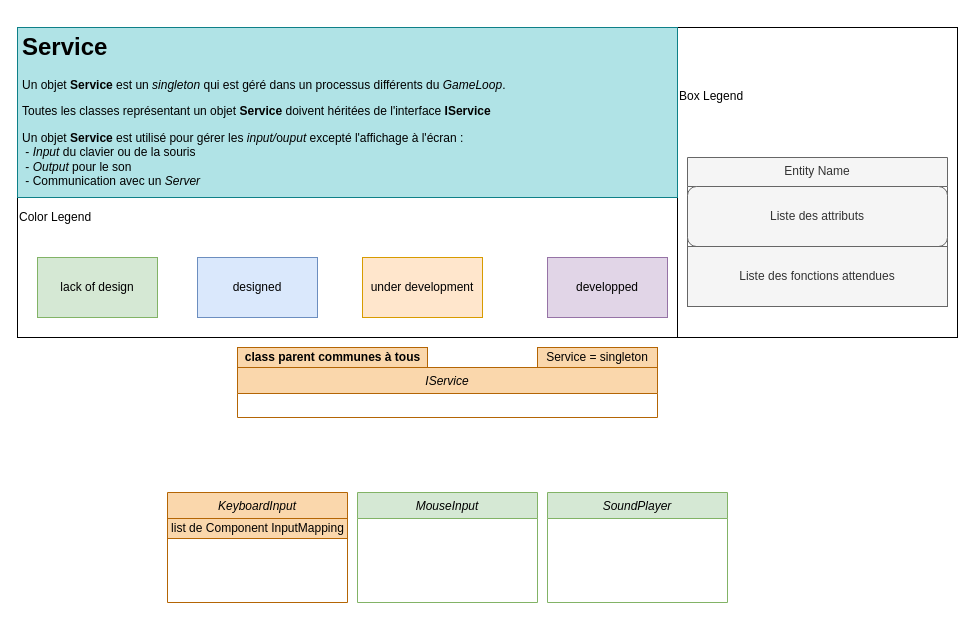
This is page "Service" (4 of 5) of doc/UMLGeneralFramework.drawio from Kragoum/BomberKnight, a draw.io file, before an edit. Source tidied: cells renumbered, new cells numbered last; positions are measured from the earlier drawing's top-left corner, leaving out a move shared by most shapes. Both pictures are drawn from the tidied source at 100%, with x=0, y=0 at pixel (17, 27).
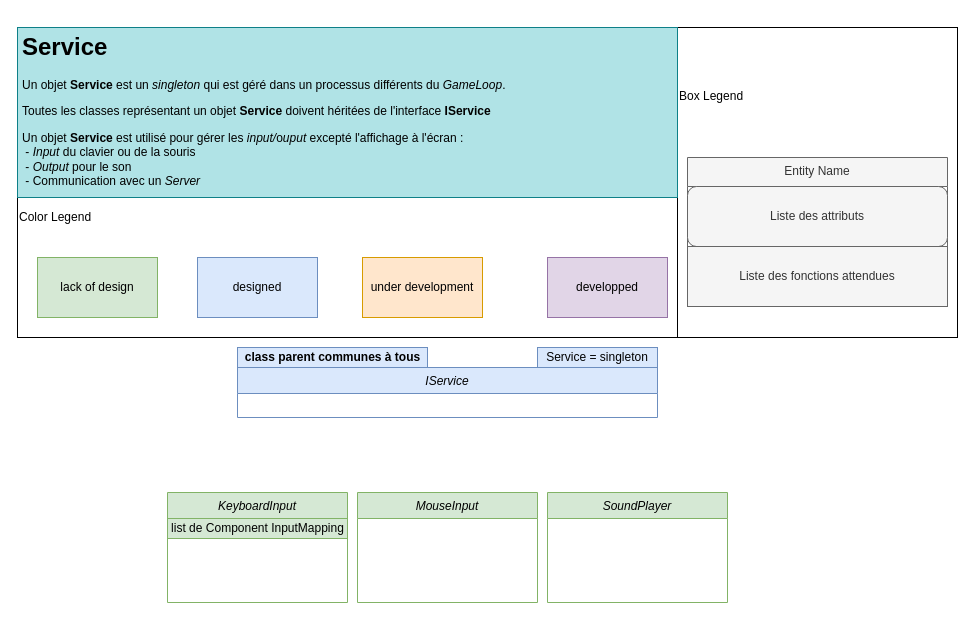
The same diagram, later.

What changed in the source:
```diff
@@
 <mxGraphModel>
   <root>
     <mxCell id="0" />
     <mxCell id="1" parent="0" />
     <mxCell id="2" style="group;" parent="1" vertex="1">
       <mxGeometry y="170" width="660" height="140" as="geometry" />
     </mxCell>
     <mxCell id="3" value="Color Legend&lt;br&gt;&lt;br&gt;&lt;br&gt;&lt;br&gt;&lt;br&gt;&lt;br&gt;&lt;br&gt;&lt;br&gt;" style="rounded=0;whiteSpace=wrap;html=1;align=left;" parent="2" vertex="1">
       <mxGeometry width="660" height="140" as="geometry" />
     </mxCell>
     <mxCell id="4" value="under development" style="rounded=0;whiteSpace=wrap;html=1;fillColor=#ffe6cc;strokeColor=#d79b00;" parent="2" vertex="1">
       <mxGeometry x="345" y="60" width="120" height="60" as="geometry" />
     </mxCell>
     <mxCell id="5" value="designed" style="rounded=0;whiteSpace=wrap;html=1;fillColor=#dae8fc;strokeColor=#6c8ebf;" parent="2" vertex="1">
       <mxGeometry x="180" y="60" width="120" height="60" as="geometry" />
     </mxCell>
     <mxCell id="6" value="developped" style="rounded=0;whiteSpace=wrap;html=1;fillColor=#e1d5e7;strokeColor=#9673a6;" parent="2" vertex="1">
       <mxGeometry x="530" y="60" width="120" height="60" as="geometry" />
     </mxCell>
     <mxCell id="7" value="lack of design" style="rounded=0;whiteSpace=wrap;html=1;fillColor=#d5e8d4;strokeColor=#82b366;" parent="2" vertex="1">
       <mxGeometry x="20" y="60" width="120" height="60" as="geometry" />
     </mxCell>
-    <mxCell id="8" value="IService" style="swimlane;fontStyle=2;align=center;verticalAlign=top;horizontal=1;startSize=26;rounded=0;shadow=0;strokeWidth=1;fillColor=#fad7ac;strokeColor=#b46504;" parent="1" vertex="1">
+    <mxCell id="8" value="IService" style="swimlane;fontStyle=2;align=center;verticalAlign=top;horizontal=1;startSize=26;rounded=0;shadow=0;strokeWidth=1;fillColor=#dae8fc;strokeColor=#6c8ebf;" parent="1" vertex="1">
       <mxGeometry x="220" y="340" width="420" height="50" as="geometry" />
     </mxCell>
-    <mxCell id="9" value="&lt;b&gt;class parent communes à tous&lt;/b&gt;" style="text;html=1;align=center;verticalAlign=middle;strokeColor=#b46504;fillColor=#fad7ac;" parent="1" vertex="1">
+    <mxCell id="9" value="&lt;b&gt;class parent communes à tous&lt;/b&gt;" style="text;html=1;align=center;verticalAlign=middle;strokeColor=#6c8ebf;fillColor=#dae8fc;" parent="1" vertex="1">
       <mxGeometry x="220" y="320" width="190" height="20" as="geometry" />
     </mxCell>
     <mxCell id="10" value="Box Legend&lt;br&gt;&lt;br&gt;&lt;br&gt;&lt;br&gt;&lt;br&gt;&lt;br&gt;&lt;br&gt;&lt;br&gt;&lt;br&gt;&lt;br&gt;&lt;br&gt;&lt;br&gt;&lt;br&gt;" style="rounded=0;whiteSpace=wrap;html=1;align=left;" parent="1" vertex="1">
       <mxGeometry x="660" width="280" height="310" as="geometry" />
     </mxCell>
     <mxCell id="11" value="Entity Name" style="swimlane;fontStyle=0;align=center;verticalAlign=top;horizontal=1;startSize=29;rounded=0;shadow=0;strokeWidth=1;fillColor=#f5f5f5;strokeColor=#666666;fontColor=#333333;" parent="1" vertex="1">
       <mxGeometry x="670" y="130" width="260" height="149" as="geometry" />
     </mxCell>
     <mxCell id="12" value="Liste des attributs" style="rounded=1;whiteSpace=wrap;html=1;fillColor=#f5f5f5;strokeColor=#666666;fontColor=#333333;" parent="11" vertex="1">
       <mxGeometry y="29" width="260" height="60" as="geometry" />
     </mxCell>
     <mxCell id="13" value="Liste des fonctions attendues" style="rounded=0;whiteSpace=wrap;html=1;fillColor=#f5f5f5;strokeColor=#666666;fontColor=#333333;" parent="11" vertex="1">
       <mxGeometry y="89" width="260" height="60" as="geometry" />
     </mxCell>
-    <mxCell id="14" value="KeyboardInput" style="swimlane;fontStyle=2;align=center;verticalAlign=top;horizontal=1;startSize=26;rounded=0;shadow=0;strokeWidth=1;fillColor=#fad7ac;strokeColor=#b46504;" parent="1" vertex="1">
+    <mxCell id="14" value="KeyboardInput" style="swimlane;fontStyle=2;align=center;verticalAlign=top;horizontal=1;startSize=26;rounded=0;shadow=0;strokeWidth=1;fillColor=#d5e8d4;strokeColor=#82b366;" parent="1" vertex="1">
       <mxGeometry x="150" y="465" width="180" height="110" as="geometry" />
     </mxCell>
-    <mxCell id="15" value="list de Component InputMapping" style="text;html=1;align=center;verticalAlign=middle;strokeColor=#b46504;fillColor=#fad7ac;" parent="14" vertex="1">
+    <mxCell id="15" value="list de Component InputMapping" style="text;html=1;align=center;verticalAlign=middle;strokeColor=#82b366;fillColor=#d5e8d4;" parent="14" vertex="1">
       <mxGeometry y="26" width="180" height="20" as="geometry" />
     </mxCell>
     <mxCell id="16" value="MouseInput" style="swimlane;fontStyle=2;align=center;verticalAlign=top;horizontal=1;startSize=26;rounded=0;shadow=0;strokeWidth=1;fillColor=#d5e8d4;strokeColor=#82b366;" parent="1" vertex="1">
       <mxGeometry x="340" y="465" width="180" height="110" as="geometry" />
     </mxCell>
     <mxCell id="17" value="SoundPlayer" style="swimlane;fontStyle=2;align=center;verticalAlign=top;horizontal=1;startSize=26;rounded=0;shadow=0;strokeWidth=1;fillColor=#d5e8d4;strokeColor=#82b366;" parent="1" vertex="1">
       <mxGeometry x="530" y="465" width="180" height="110" as="geometry" />
     </mxCell>
-    <mxCell id="18" value="Service = singleton" style="rounded=0;whiteSpace=wrap;html=1;fillColor=#fad7ac;strokeColor=#b46504;" parent="1" vertex="1">
+    <mxCell id="18" value="Service = singleton" style="rounded=0;whiteSpace=wrap;html=1;fillColor=#dae8fc;strokeColor=#6c8ebf;" parent="1" vertex="1">
       <mxGeometry x="520" y="320" width="120" height="20" as="geometry" />
     </mxCell>
     <mxCell id="19" value="&lt;h1&gt;Service&lt;/h1&gt;&lt;p&gt;Un objet &lt;b&gt;Service&lt;/b&gt; est un &lt;i&gt;singleton&lt;/i&gt;&amp;nbsp;qui est géré dans un processus différents du &lt;i&gt;GameLoop&lt;/i&gt;.&lt;/p&gt;&lt;p&gt;&lt;span style=&quot;background-color: initial;&quot;&gt;Toutes les classes représentant un objet &lt;b&gt;Service&lt;/b&gt; doivent héritées de l'interface &lt;b&gt;IService&lt;/b&gt;&lt;/span&gt;&lt;br&gt;&lt;/p&gt;&lt;p&gt;Un objet &lt;b&gt;Service&lt;/b&gt; est utilisé pour gérer les &lt;i&gt;i&lt;/i&gt;&lt;i style=&quot;&quot;&gt;nput/&lt;/i&gt;o&lt;i&gt;uput&lt;/i&gt;&amp;nbsp;excepté l'affichage à l'écran :&lt;br&gt;&lt;span style=&quot;white-space: pre;&quot;&gt; &lt;/span&gt;- &lt;i&gt;Input&lt;/i&gt; du clavier ou de la souris&lt;br&gt;&lt;span style=&quot;white-space: pre;&quot;&gt; &lt;/span&gt;- &lt;i&gt;Output &lt;/i&gt;pour le son&lt;br&gt;&lt;span style=&quot;white-space: pre;&quot;&gt; &lt;/span&gt;- Communication avec un &lt;i&gt;Server&lt;/i&gt;&lt;br&gt;&lt;/p&gt;" style="text;html=1;strokeColor=#0e8088;fillColor=#b0e3e6;spacing=5;spacingTop=-20;whiteSpace=wrap;overflow=hidden;rounded=0;" parent="1" vertex="1">
       <mxGeometry width="660" height="170" as="geometry" />
     </mxCell>
   </root>
 </mxGraphModel>
```
